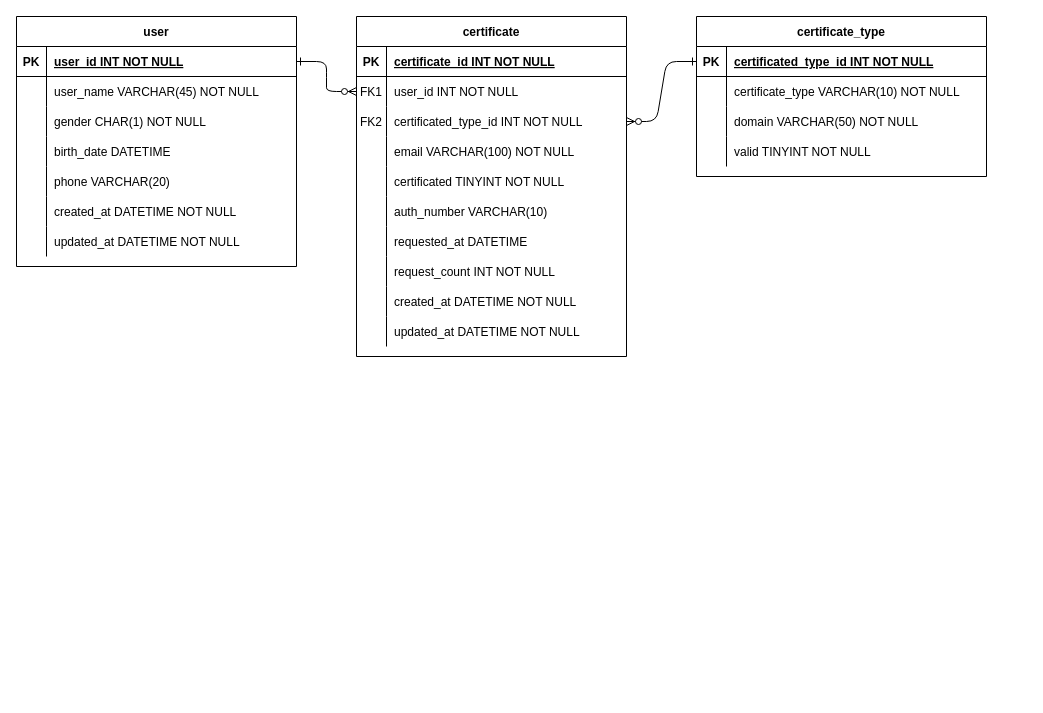
This is ERD.drawio from Peer-Band/Peer-Band-DB, a draw.io file, before an edit. Source tidied: cells renumbered, new cells numbered last; positions are measured from the earlier drawing's top-left corner, leaving out a move shared by most shapes. Both pictures are drawn from the tidied source at 100%, with x=0, y=0 at pixel (16, 16).
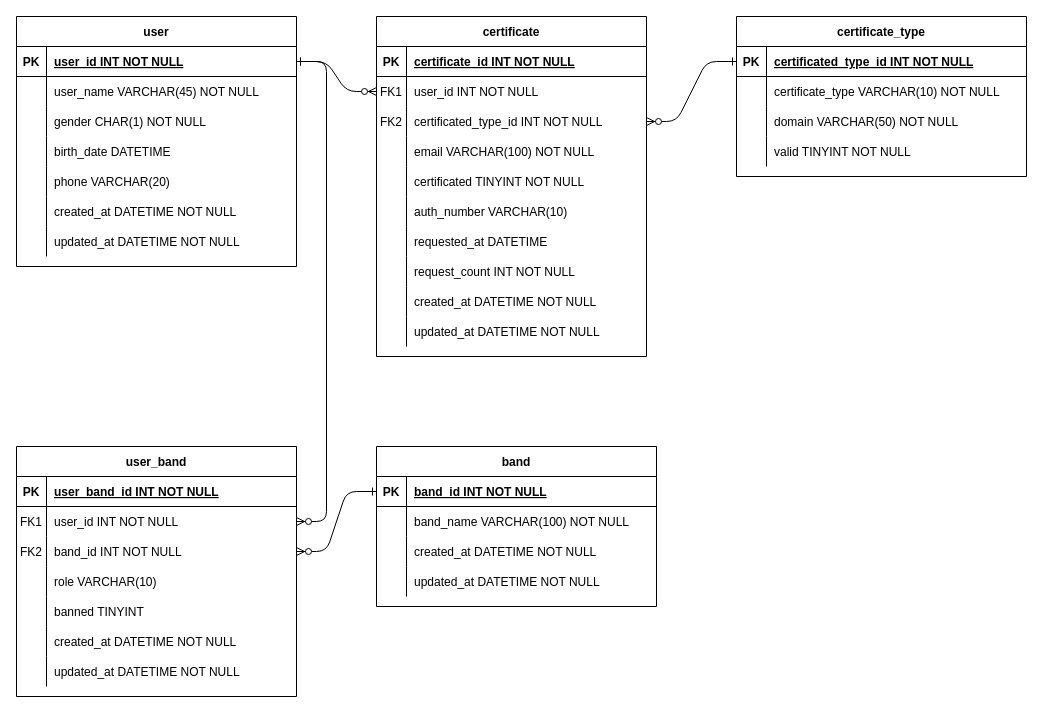
After the change.

Unchanged cells that the change refers to:
```xml
<mxCell id="48" style="shape=partialRectangle;fillColor=none;points=[[0,0.5],[1,0.5]];portConstraint=eastwest;top=0;left=0;right=0;bottom=1;" parent="47" vertex="1">
  <mxGeometry y="30" width="280" height="30" as="geometry" />
</mxCell>
```

Change to the diagram source:
```diff
@@
     <mxCell id="3" value="certificate" style="shape=table;startSize=30;childLayout=tableLayout;rowLines=0;fontStyle=1;align=center;" parent="1" vertex="1">
-      <mxGeometry x="340" width="270" height="340" as="geometry" />
+      <mxGeometry x="360" width="270" height="340" as="geometry" />
     </mxCell>
@@
     <mxCell id="34" value="certificate_type" style="shape=table;startSize=30;childLayout=tableLayout;rowLines=0;fontStyle=1;align=center;" parent="1" vertex="1">
-      <mxGeometry x="680" width="290" height="160" as="geometry" />
+      <mxGeometry x="720" width="290" height="160" as="geometry" />
     </mxCell>
@@
+    <mxCell id="70" value="user_band" style="shape=table;startSize=30;childLayout=tableLayout;rowLines=0;fontStyle=1;align=center;" parent="1" vertex="1">
+      <mxGeometry y="430" width="280" height="250" as="geometry" />
+    </mxCell>
+    <mxCell id="71" style="shape=partialRectangle;fillColor=none;top=0;left=0;right=0;bottom=1;" parent="70" vertex="1">
+      <mxGeometry y="30" width="280" height="30" as="geometry" />
+    </mxCell>
+    <mxCell id="72" value="PK" style="shape=partialRectangle;overflow=hidden;fillColor=none;top=0;left=0;bottom=0;right=0;fontStyle=1;" parent="71" vertex="1">
+      <mxGeometry width="30" height="30" as="geometry" />
+    </mxCell>
+    <mxCell id="73" value="user_band_id INT NOT NULL " style="shape=partialRectangle;overflow=hidden;fillColor=none;top=0;left=0;bottom=0;right=0;align=left;spacingLeft=6;fontStyle=5;" parent="71" vertex="1">
+      <mxGeometry x="30" width="250" height="30" as="geometry" />
+    </mxCell>
+    <mxCell id="74" style="shape=partialRectangle;fillColor=none;points=[[0,0.5],[1,0.5]];portConstraint=eastwest;top=0;left=0;right=0;bottom=0;" parent="70" vertex="1">
+      <mxGeometry y="60" width="280" height="30" as="geometry" />
+    </mxCell>
+    <mxCell id="75" value="FK1" style="shape=partialRectangle;overflow=hidden;fillColor=none;top=0;left=0;bottom=0;right=0;" parent="74" vertex="1">
+      <mxGeometry width="30" height="30" as="geometry" />
+    </mxCell>
+    <mxCell id="76" value="user_id INT NOT NULL" style="shape=partialRectangle;overflow=hidden;fillColor=none;top=0;left=0;bottom=0;right=0;align=left;spacingLeft=6;" parent="74" vertex="1">
+      <mxGeometry x="30" width="250" height="30" as="geometry" />
+    </mxCell>
+    <mxCell id="77" style="shape=partialRectangle;fillColor=none;points=[[0,0.5],[1,0.5]];portConstraint=eastwest;top=0;left=0;right=0;bottom=0;" parent="70" vertex="1">
+      <mxGeometry y="90" width="280" height="30" as="geometry" />
+    </mxCell>
+    <mxCell id="78" value="FK2" style="shape=partialRectangle;overflow=hidden;fillColor=none;top=0;left=0;bottom=0;right=0;" parent="77" vertex="1">
+      <mxGeometry width="30" height="30" as="geometry" />
+    </mxCell>
+    <mxCell id="79" value="band_id INT NOT NULL" style="shape=partialRectangle;overflow=hidden;fillColor=none;top=0;left=0;bottom=0;right=0;align=left;spacingLeft=6;" parent="77" vertex="1">
+      <mxGeometry x="30" width="250" height="30" as="geometry" />
+    </mxCell>
+    <mxCell id="80" style="shape=partialRectangle;fillColor=none;top=0;left=0;right=0;bottom=0;" parent="70" vertex="1">
+      <mxGeometry y="120" width="280" height="30" as="geometry" />
+    </mxCell>
+    <mxCell id="81" style="shape=partialRectangle;overflow=hidden;fillColor=none;top=0;left=0;bottom=0;right=0;" parent="80" vertex="1">
+      <mxGeometry width="30" height="30" as="geometry" />
+    </mxCell>
+    <mxCell id="82" value="role VARCHAR(10)" style="shape=partialRectangle;overflow=hidden;fillColor=none;top=0;left=0;bottom=0;right=0;align=left;spacingLeft=6;" parent="80" vertex="1">
+      <mxGeometry x="30" width="250" height="30" as="geometry" />
+    </mxCell>
+    <mxCell id="83" style="shape=partialRectangle;fillColor=none;top=0;left=0;right=0;bottom=0;" parent="70" vertex="1">
+      <mxGeometry y="150" width="280" height="30" as="geometry" />
+    </mxCell>
+    <mxCell id="84" style="shape=partialRectangle;overflow=hidden;fillColor=none;top=0;left=0;bottom=0;right=0;" parent="83" vertex="1">
+      <mxGeometry width="30" height="30" as="geometry" />
+    </mxCell>
+    <mxCell id="85" value="banned TINYINT" style="shape=partialRectangle;overflow=hidden;fillColor=none;top=0;left=0;bottom=0;right=0;align=left;spacingLeft=6;" parent="83" vertex="1">
+      <mxGeometry x="30" width="250" height="30" as="geometry" />
+    </mxCell>
+    <mxCell id="86" style="shape=partialRectangle;fillColor=none;top=0;left=0;right=0;bottom=0;" parent="70" vertex="1">
+      <mxGeometry y="180" width="280" height="30" as="geometry" />
+    </mxCell>
+    <mxCell id="87" style="shape=partialRectangle;overflow=hidden;fillColor=none;top=0;left=0;bottom=0;right=0;" parent="86" vertex="1">
+      <mxGeometry width="30" height="30" as="geometry" />
+    </mxCell>
+    <mxCell id="88" value="created_at DATETIME NOT NULL" style="shape=partialRectangle;overflow=hidden;fillColor=none;top=0;left=0;bottom=0;right=0;align=left;spacingLeft=6;" parent="86" vertex="1">
+      <mxGeometry x="30" width="250" height="30" as="geometry" />
+    </mxCell>
+    <mxCell id="89" style="shape=partialRectangle;fillColor=none;top=0;left=0;right=0;bottom=0;" parent="70" vertex="1">
+      <mxGeometry y="210" width="280" height="30" as="geometry" />
+    </mxCell>
+    <mxCell id="90" style="shape=partialRectangle;overflow=hidden;fillColor=none;top=0;left=0;bottom=0;right=0;" parent="89" vertex="1">
+      <mxGeometry width="30" height="30" as="geometry" />
+    </mxCell>
+    <mxCell id="91" value="updated_at DATETIME NOT NULL" style="shape=partialRectangle;overflow=hidden;fillColor=none;top=0;left=0;bottom=0;right=0;align=left;spacingLeft=6;" parent="89" vertex="1">
+      <mxGeometry x="30" width="250" height="30" as="geometry" />
+    </mxCell>
+    <mxCell id="92" value="band" style="shape=table;startSize=30;childLayout=tableLayout;rowLines=0;fontStyle=1;align=center;" parent="1" vertex="1">
+      <mxGeometry x="360" y="430" width="280" height="160" as="geometry" />
+    </mxCell>
+    <mxCell id="93" style="shape=partialRectangle;fillColor=none;points=[[0,0.5],[1,0.5]];portConstraint=eastwest;top=0;left=0;right=0;bottom=1;" parent="92" vertex="1">
+      <mxGeometry y="30" width="280" height="30" as="geometry" />
+    </mxCell>
+    <mxCell id="94" value="PK" style="shape=partialRectangle;overflow=hidden;fillColor=none;top=0;left=0;bottom=0;right=0;fontStyle=1;" parent="93" vertex="1">
+      <mxGeometry width="30" height="30" as="geometry" />
+    </mxCell>
+    <mxCell id="95" value="band_id INT NOT NULL " style="shape=partialRectangle;overflow=hidden;fillColor=none;top=0;left=0;bottom=0;right=0;align=left;spacingLeft=6;fontStyle=5;" parent="93" vertex="1">
+      <mxGeometry x="30" width="250" height="30" as="geometry" />
+    </mxCell>
+    <mxCell id="96" style="shape=partialRectangle;fillColor=none;top=0;left=0;right=0;bottom=0;" parent="92" vertex="1">
+      <mxGeometry y="60" width="280" height="30" as="geometry" />
+    </mxCell>
+    <mxCell id="97" style="shape=partialRectangle;overflow=hidden;fillColor=none;top=0;left=0;bottom=0;right=0;" parent="96" vertex="1">
+      <mxGeometry width="30" height="30" as="geometry" />
+    </mxCell>
+    <mxCell id="98" value="band_name VARCHAR(100) NOT NULL" style="shape=partialRectangle;overflow=hidden;fillColor=none;top=0;left=0;bottom=0;right=0;align=left;spacingLeft=6;" parent="96" vertex="1">
+      <mxGeometry x="30" width="250" height="30" as="geometry" />
+    </mxCell>
+    <mxCell id="99" style="shape=partialRectangle;fillColor=none;top=0;left=0;right=0;bottom=0;" parent="92" vertex="1">
+      <mxGeometry y="90" width="280" height="30" as="geometry" />
+    </mxCell>
+    <mxCell id="100" style="shape=partialRectangle;overflow=hidden;fillColor=none;top=0;left=0;bottom=0;right=0;" parent="99" vertex="1">
+      <mxGeometry width="30" height="30" as="geometry" />
+    </mxCell>
+    <mxCell id="101" value="created_at DATETIME NOT NULL" style="shape=partialRectangle;overflow=hidden;fillColor=none;top=0;left=0;bottom=0;right=0;align=left;spacingLeft=6;" parent="99" vertex="1">
+      <mxGeometry x="30" width="250" height="30" as="geometry" />
+    </mxCell>
+    <mxCell id="102" style="shape=partialRectangle;fillColor=none;top=0;left=0;right=0;bottom=0;" parent="92" vertex="1">
+      <mxGeometry y="120" width="280" height="30" as="geometry" />
+    </mxCell>
+    <mxCell id="103" style="shape=partialRectangle;overflow=hidden;fillColor=none;top=0;left=0;bottom=0;right=0;" parent="102" vertex="1">
+      <mxGeometry width="30" height="30" as="geometry" />
+    </mxCell>
+    <mxCell id="104" value="updated_at DATETIME NOT NULL" style="shape=partialRectangle;overflow=hidden;fillColor=none;top=0;left=0;bottom=0;right=0;align=left;spacingLeft=6;" parent="102" vertex="1">
+      <mxGeometry x="30" width="250" height="30" as="geometry" />
+    </mxCell>
+    <mxCell id="105" style="edgeStyle=entityRelationEdgeStyle;endArrow=ERzeroToMany;startArrow=ERone;endFill=1;startFill=0;exitX=1;exitY=0.5;exitDx=0;exitDy=0;entryX=1;entryY=0.5;entryDx=0;entryDy=0;" parent="1" edge="1" source="48" target="74">
+      <mxGeometry relative="1" as="geometry" />
+    </mxCell>
+    <mxCell id="106" style="edgeStyle=entityRelationEdgeStyle;endArrow=ERzeroToMany;startArrow=ERone;endFill=1;startFill=0;exitX=0;exitY=0.5;exitDx=0;exitDy=0;entryX=1;entryY=0.5;entryDx=0;entryDy=0;" parent="1" edge="1" source="93" target="77">
+      <mxGeometry relative="1" as="geometry" />
+    </mxCell>
```
